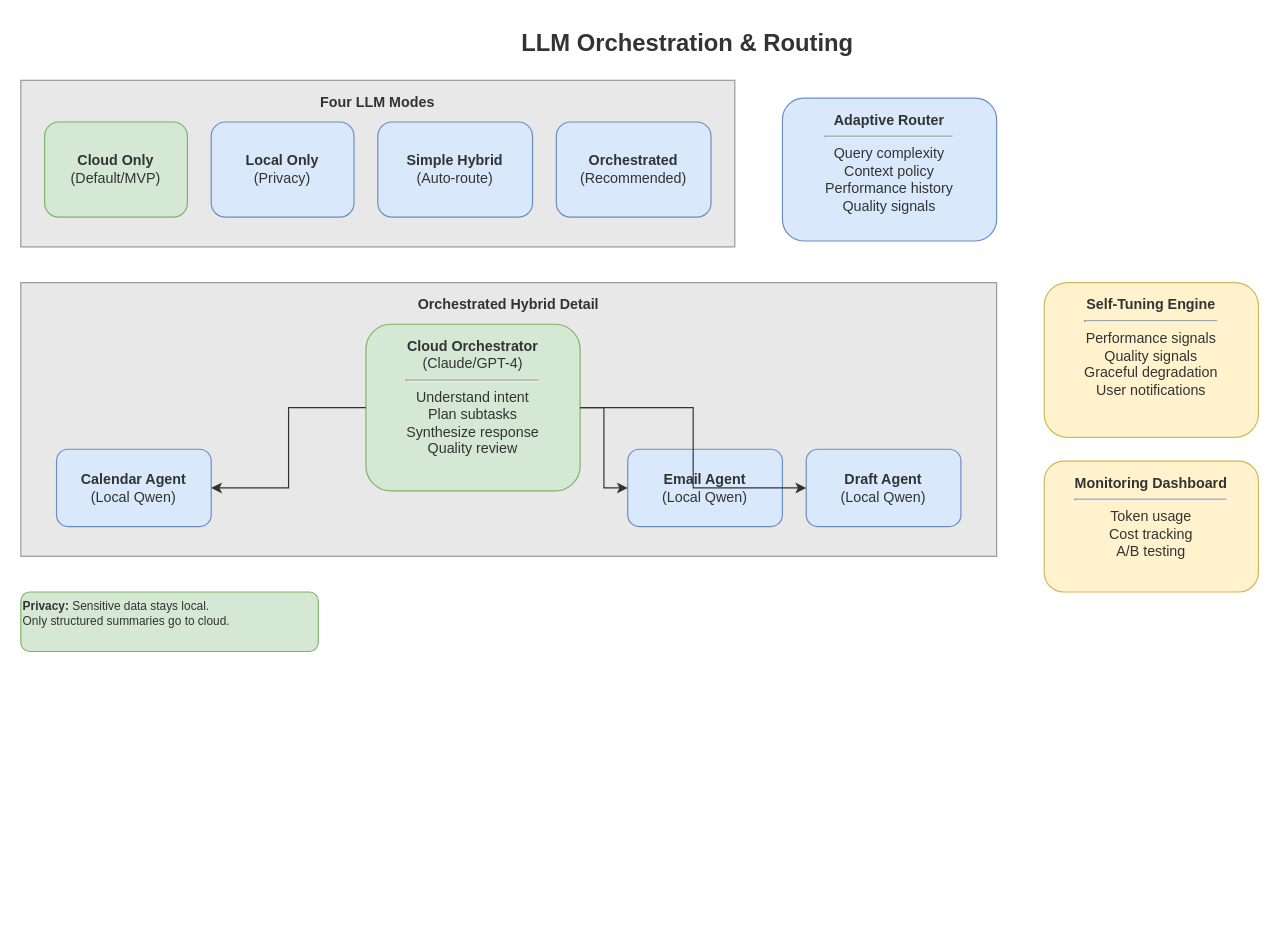
Above: page "LLM Orchestration" (5 of 12) of docs/diagrams/emberhearth-architecture.drawio in tokenfires/emberhearth (draw.io), before the change. Source tidied: cells renumbered, new cells numbered last; positions are measured from the earlier drawing's top-left corner, leaving out a move shared by most shapes. Both pictures are drawn from the tidied source at 119%, with x=0, y=0 at pixel (20, 20).
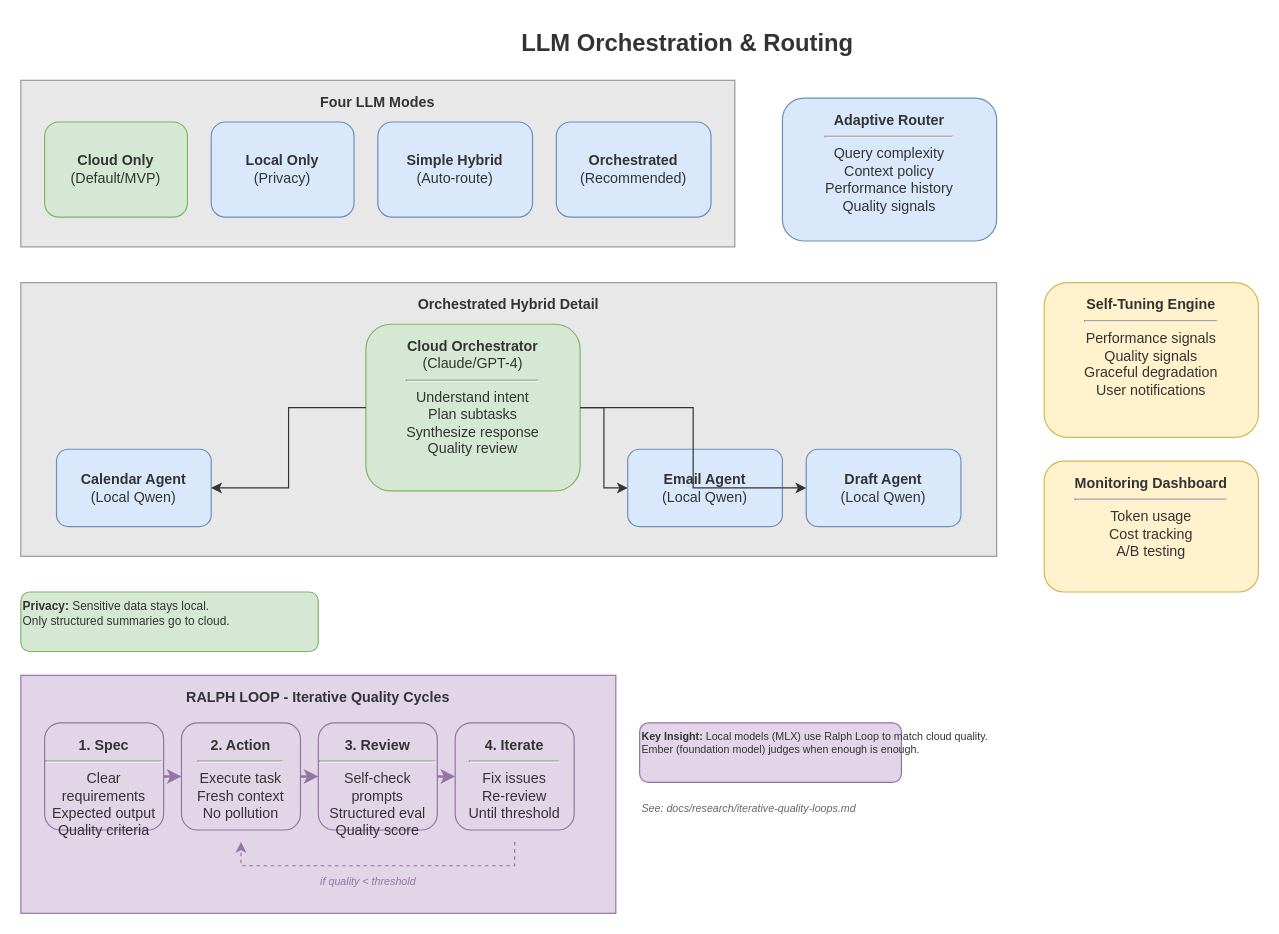
The same page after the edit.

The edit, as a diff of the source:
```diff
@@
+    <mxCell id="20" value="&lt;b&gt;RALPH LOOP - Iterative Quality Cycles&lt;/b&gt;" style="rounded=0;whiteSpace=wrap;html=1;fillColor=#E1D5E7;strokeColor=#9673a6;verticalAlign=top;spacingTop=5;fontColor=#333333;" parent="1" vertex="1">
+      <mxGeometry y="550" width="500" height="200" as="geometry" />
+    </mxCell>
+    <mxCell id="21" value="&lt;b&gt;1. Spec&lt;/b&gt;&lt;hr&gt;Clear requirements&lt;br&gt;Expected output&lt;br&gt;Quality criteria" style="rounded=1;whiteSpace=wrap;html=1;fillColor=#E1D5E7;strokeColor=#9673a6;verticalAlign=top;spacingTop=5;fontColor=#333333;" parent="1" vertex="1">
+      <mxGeometry x="20" y="590" width="100" height="90" as="geometry" />
+    </mxCell>
+    <mxCell id="22" value="&lt;b&gt;2. Action&lt;/b&gt;&lt;hr&gt;Execute task&lt;br&gt;Fresh context&lt;br&gt;No pollution" style="rounded=1;whiteSpace=wrap;html=1;fillColor=#E1D5E7;strokeColor=#9673a6;verticalAlign=top;spacingTop=5;fontColor=#333333;" parent="1" vertex="1">
+      <mxGeometry x="135" y="590" width="100" height="90" as="geometry" />
+    </mxCell>
+    <mxCell id="23" value="&lt;b&gt;3. Review&lt;/b&gt;&lt;hr&gt;Self-check prompts&lt;br&gt;Structured eval&lt;br&gt;Quality score" style="rounded=1;whiteSpace=wrap;html=1;fillColor=#E1D5E7;strokeColor=#9673a6;verticalAlign=top;spacingTop=5;fontColor=#333333;" parent="1" vertex="1">
+      <mxGeometry x="250" y="590" width="100" height="90" as="geometry" />
+    </mxCell>
+    <mxCell id="24" value="&lt;b&gt;4. Iterate&lt;/b&gt;&lt;hr&gt;Fix issues&lt;br&gt;Re-review&lt;br&gt;Until threshold" style="rounded=1;whiteSpace=wrap;html=1;fillColor=#E1D5E7;strokeColor=#9673a6;verticalAlign=top;spacingTop=5;fontColor=#333333;" parent="1" vertex="1">
+      <mxGeometry x="365" y="590" width="100" height="90" as="geometry" />
+    </mxCell>
+    <mxCell id="25" style="edgeStyle=orthogonalEdgeStyle;rounded=0;html=1;strokeColor=#9673a6;strokeWidth=2;endArrow=classic;" parent="1" edge="1" source="21" target="22">
+      <mxGeometry relative="1" as="geometry" />
+    </mxCell>
+    <mxCell id="26" style="edgeStyle=orthogonalEdgeStyle;rounded=0;html=1;strokeColor=#9673a6;strokeWidth=2;endArrow=classic;" parent="1" edge="1" source="22" target="23">
+      <mxGeometry relative="1" as="geometry" />
+    </mxCell>
+    <mxCell id="27" style="edgeStyle=orthogonalEdgeStyle;rounded=0;html=1;strokeColor=#9673a6;strokeWidth=2;endArrow=classic;" parent="1" edge="1" source="23" target="24">
+      <mxGeometry relative="1" as="geometry" />
+    </mxCell>
+    <mxCell id="28" style="edgeStyle=orthogonalEdgeStyle;rounded=0;html=1;strokeColor=#9673a6;strokeWidth=1;endArrow=classic;dashed=1;" parent="1" edge="1">
+      <mxGeometry relative="1" as="geometry">
+        <mxPoint x="415" y="690" as="sourcePoint" />
+        <mxPoint x="185" y="690" as="targetPoint" />
+        <Array as="points">
+          <mxPoint x="415" y="710" />
+          <mxPoint x="185" y="710" />
+        </Array>
+      </mxGeometry>
+    </mxCell>
+    <mxCell id="29" value="if quality &lt; threshold" style="text;html=1;strokeColor=none;fillColor=none;fontSize=9;fontStyle=2;fontColor=#9673a6;" parent="1" vertex="1">
+      <mxGeometry x="250" y="712" width="120" height="15" as="geometry" />
+    </mxCell>
+    <mxCell id="30" value="&lt;b&gt;Key Insight:&lt;/b&gt; Local models (MLX) use Ralph Loop to match cloud quality.&lt;br&gt;Ember (foundation model) judges when enough is enough." style="text;html=1;strokeColor=#9673a6;fillColor=#E1D5E7;fontSize=9;fontColor=#333333;rounded=1;" parent="1" vertex="1">
+      <mxGeometry x="520" y="590" width="220" height="50" as="geometry" />
+    </mxCell>
+    <mxCell id="31" value="See: docs/research/iterative-quality-loops.md" style="text;html=1;strokeColor=none;fillColor=none;fontSize=9;fontStyle=2;fontColor=#666666;" parent="1" vertex="1">
+      <mxGeometry x="520" y="650" width="220" height="15" as="geometry" />
+    </mxCell>
```
